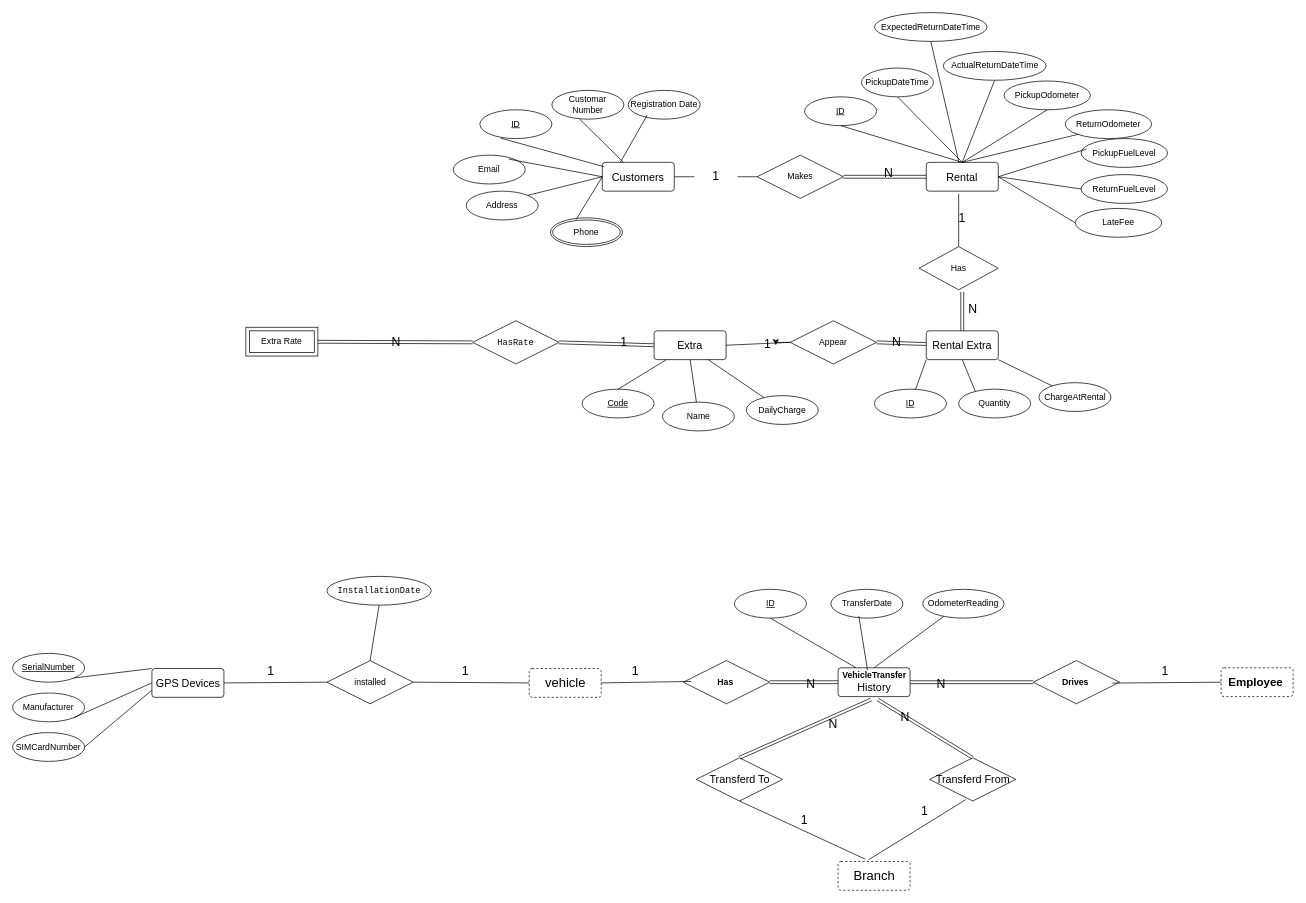
The draw.io diagram page "1-ERD-2-Vehicle, GPS" (2 of 14) of DriveNow.drawio in ahmed7wael/ahmed7wael-Database-Assignment-1, before the edit. Source tidied: cells renumbered, new cells numbered last; positions are measured from the earlier drawing's top-left corner, leaving out a move shared by most shapes. Both pictures are drawn from the tidied source at 72%, with x=0, y=0 at pixel (12, 12).
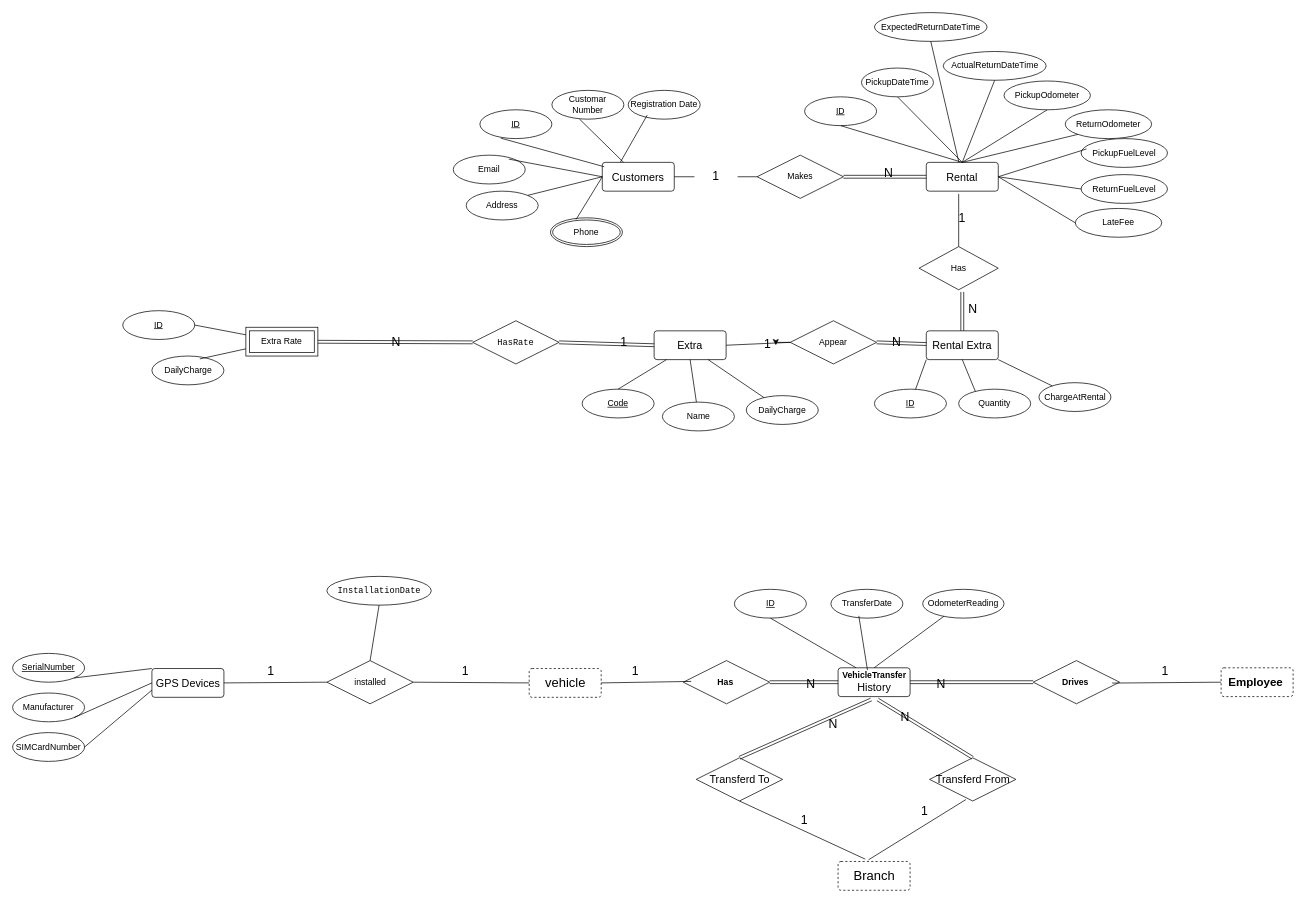
The same page after the edit.

The change refers to these unchanged cells:
```xml
<mxCell id="65" value="Extra Rate" style="shape=ext;margin=3;double=1;whiteSpace=wrap;html=1;align=center;" parent="38" vertex="1">
  <mxGeometry y="239" width="100" height="40" as="geometry" />
</mxCell>
```

The edit, as a diff of the source:
```diff
@@
+    <mxCell id="117" value="DailyCharge" style="ellipse;whiteSpace=wrap;html=1;align=center;fontColor=light-dark(#000000,#FF3333);" parent="1" vertex="1">
+      <mxGeometry x="193.5" y="477" width="100" height="40" as="geometry" />
+    </mxCell>
+    <mxCell id="118" style="endArrow=none;html=1;rounded=0;defaultLabelBackgroundColor=page;labelPadding=0 4;entryX=0.665;entryY=0.1;entryDx=0;entryDy=0;entryPerimeter=0;exitX=0;exitY=0.75;exitDx=0;exitDy=0;" parent="1" edge="1" source="65" target="117">
+      <mxGeometry relative="1" as="geometry" />
+    </mxCell>
+    <mxCell id="119" value="ID" style="ellipse;whiteSpace=wrap;html=1;align=center;fontStyle=4;fontColor=light-dark(#000000,#FF3333);" parent="1" vertex="1">
+      <mxGeometry x="153" y="414" width="100" height="40" as="geometry" />
+    </mxCell>
+    <mxCell id="120" style="endArrow=none;html=1;rounded=0;defaultLabelBackgroundColor=page;labelPadding=0 4;exitX=1;exitY=0.5;exitDx=0;exitDy=0;" parent="1" edge="1" source="119" target="65">
+      <mxGeometry relative="1" as="geometry" />
+    </mxCell>
```
